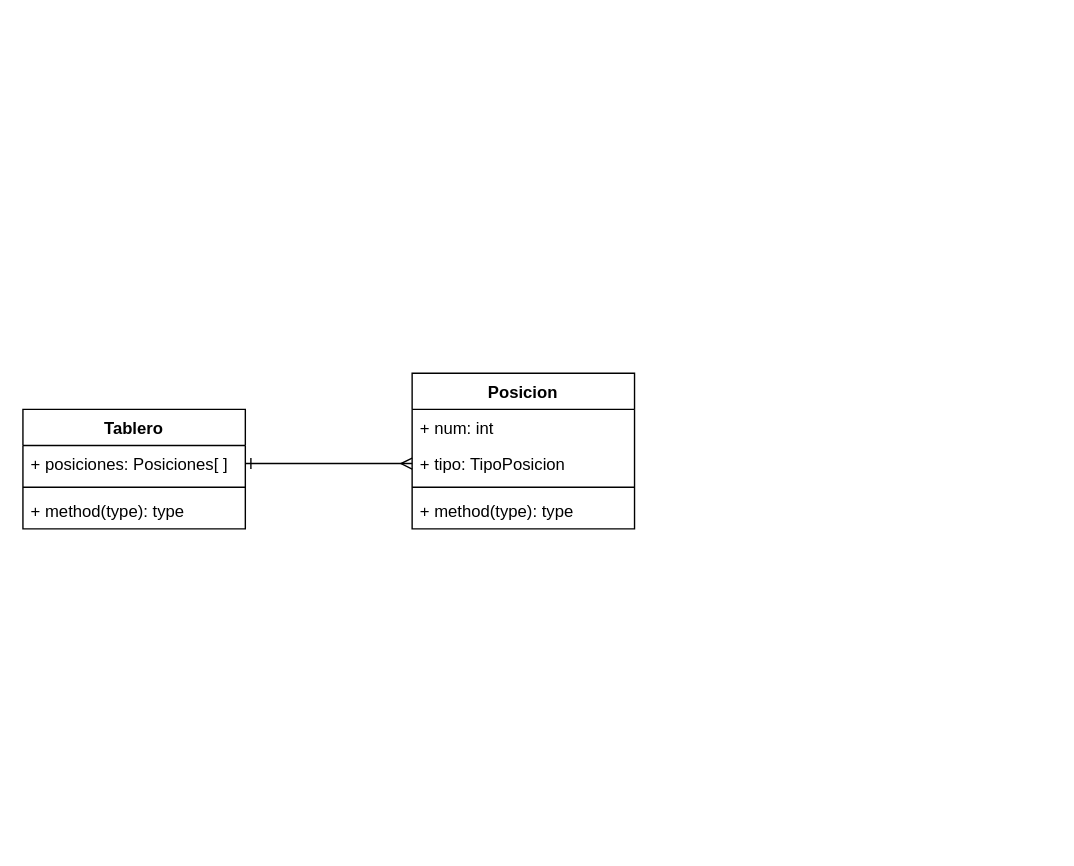
The draw.io diagram ClasesMarioParty.drawio in cancellarapaula/MarioParty, before the edit. Source tidied: cells renumbered, new cells numbered last; positions are measured from the earlier drawing's top-left corner, leaving out a move shared by most shapes. Both pictures are drawn from the tidied source at 139%, with x=0, y=0 at pixel (22, 373).
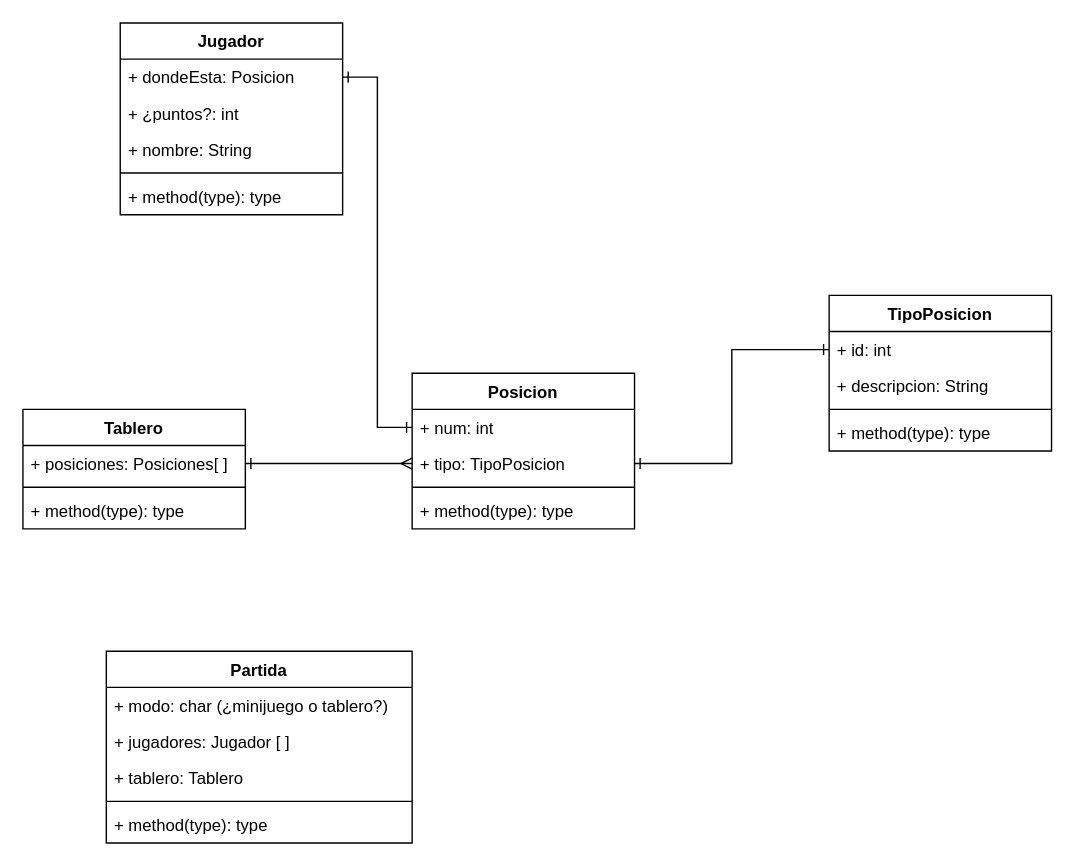
After the change.

Commit message:
Añadidas clase Jugador y Partida

The change refers to these unchanged cells:
```xml
<mxCell id="3" value="+ posiciones: Posiciones[ ]" style="text;strokeColor=none;fillColor=none;align=left;verticalAlign=top;spacingLeft=4;spacingRight=4;overflow=hidden;points=[[0,0.5],[1,0.5]];portConstraint=eastwest;" parent="2" vertex="1">
  <mxGeometry y="26" width="160" height="26" as="geometry" />
</mxCell>
<mxCell id="7" value="+ num: int" style="text;strokeColor=none;fillColor=none;align=left;verticalAlign=top;spacingLeft=4;spacingRight=4;overflow=hidden;points=[[0,0.5],[1,0.5]];portConstraint=eastwest;" parent="6" vertex="1">
  <mxGeometry y="26" width="160" height="26" as="geometry" />
</mxCell>
<mxCell id="8" value="+ tipo: TipoPosicion" style="text;strokeColor=none;fillColor=none;align=left;verticalAlign=top;spacingLeft=4;spacingRight=4;overflow=hidden;points=[[0,0.5],[1,0.5]];portConstraint=eastwest;" parent="6" vertex="1">
  <mxGeometry y="52" width="160" height="26" as="geometry" />
</mxCell>
```

Change to the diagram source:
```diff
@@
+    <mxCell id="12" style="edgeStyle=orthogonalEdgeStyle;rounded=0;jettySize=auto;html=1;exitX=1;exitY=0.5;exitDx=0;exitDy=0;entryX=0;entryY=0.5;entryDx=0;entryDy=0;endArrow=ERone;endFill=0;startArrow=ERone;startFill=0;" parent="1" edge="1" source="8" target="14">
+      <mxGeometry relative="1" as="geometry" />
+    </mxCell>
@@
-    <mxCell id="11" style="edgeStyle=orthogonalEdgeStyle;rounded=0;jettySize=auto;html=1;exitX=1;exitY=0.5;exitDx=0;exitDy=0;entryX=0;entryY=0.5;entryDx=0;entryDy=0;endArrow=ERmany;endFill=0;startArrow=ERone;startFill=0;" parent="1" edge="1" source="3" target="8">
-      <mxGeometry relative="1" as="geometry" />
+    <mxCell id="11" style="edgeStyle=orthogonalEdgeStyle;rounded=0;jettySize=auto;html=1;exitX=1;exitY=0.5;exitDx=0;exitDy=0;endArrow=ERmany;endFill=0;startArrow=ERone;startFill=0;" parent="1" edge="1" source="3">
+      <mxGeometry relative="1" as="geometry">
+        <mxPoint x="280" y="65" as="targetPoint" />
+      </mxGeometry>
     </mxCell>
+    <mxCell id="13" value="TipoPosicion" style="swimlane;fontStyle=1;align=center;verticalAlign=top;horizontal=1;startSize=26;" parent="1" vertex="1">
+      <mxGeometry x="580" y="-56" width="160" height="112" as="geometry" />
+    </mxCell>
+    <mxCell id="14" value="+ id: int" style="text;strokeColor=none;fillColor=none;align=left;verticalAlign=top;spacingLeft=4;spacingRight=4;overflow=hidden;points=[[0,0.5],[1,0.5]];portConstraint=eastwest;" parent="13" vertex="1">
+      <mxGeometry y="26" width="160" height="26" as="geometry" />
+    </mxCell>
+    <mxCell id="15" value="+ descripcion: String" style="text;strokeColor=none;fillColor=none;align=left;verticalAlign=top;spacingLeft=4;spacingRight=4;overflow=hidden;" parent="13" vertex="1">
+      <mxGeometry y="52" width="160" height="26" as="geometry" />
+    </mxCell>
+    <mxCell id="16" style="line;strokeWidth=1;fillColor=none;align=left;verticalAlign=middle;spacingTop=-1;spacingLeft=3;spacingRight=3;labelPosition=right;" parent="13" vertex="1">
+      <mxGeometry y="78" width="160" height="8" as="geometry" />
+    </mxCell>
+    <mxCell id="17" value="+ method(type): type" style="text;strokeColor=none;fillColor=none;align=left;verticalAlign=top;spacingLeft=4;spacingRight=4;overflow=hidden;" parent="13" vertex="1">
+      <mxGeometry y="86" width="160" height="26" as="geometry" />
+    </mxCell>
+    <mxCell id="18" value="Jugador" style="swimlane;fontStyle=1;align=center;verticalAlign=top;horizontal=1;startSize=26;" parent="1" vertex="1">
+      <mxGeometry x="70" y="-252" width="160" height="138" as="geometry" />
+    </mxCell>
+    <mxCell id="19" value="+ dondeEsta: Posicion" style="text;strokeColor=none;fillColor=none;align=left;verticalAlign=top;spacingLeft=4;spacingRight=4;overflow=hidden;points=[[0,0.5],[1,0.5]];portConstraint=eastwest;" parent="18" vertex="1">
+      <mxGeometry y="26" width="160" height="26" as="geometry" />
+    </mxCell>
+    <mxCell id="20" value="+ ¿puntos?: int" style="text;strokeColor=none;fillColor=none;align=left;verticalAlign=top;spacingLeft=4;spacingRight=4;overflow=hidden;" parent="18" vertex="1">
+      <mxGeometry y="52" width="160" height="26" as="geometry" />
+    </mxCell>
+    <mxCell id="21" value="+ nombre: String" style="text;strokeColor=none;fillColor=none;align=left;verticalAlign=top;spacingLeft=4;spacingRight=4;overflow=hidden;" parent="18" vertex="1">
+      <mxGeometry y="78" width="160" height="26" as="geometry" />
+    </mxCell>
+    <mxCell id="22" style="line;strokeWidth=1;fillColor=none;align=left;verticalAlign=middle;spacingTop=-1;spacingLeft=3;spacingRight=3;labelPosition=right;" parent="18" vertex="1">
+      <mxGeometry y="104" width="160" height="8" as="geometry" />
+    </mxCell>
+    <mxCell id="23" value="+ method(type): type" style="text;strokeColor=none;fillColor=none;align=left;verticalAlign=top;spacingLeft=4;spacingRight=4;overflow=hidden;" parent="18" vertex="1">
+      <mxGeometry y="112" width="160" height="26" as="geometry" />
+    </mxCell>
+    <mxCell id="24" style="edgeStyle=orthogonalEdgeStyle;rounded=0;jettySize=auto;html=1;exitX=1;exitY=0.5;exitDx=0;exitDy=0;entryX=0;entryY=0.5;entryDx=0;entryDy=0;startArrow=ERone;startFill=0;endArrow=ERone;endFill=0;" parent="1" edge="1" source="19" target="7">
+      <mxGeometry relative="1" as="geometry" />
+    </mxCell>
+    <mxCell id="25" value="Partida" style="swimlane;fontStyle=1;align=center;verticalAlign=top;horizontal=1;startSize=26;" parent="1" vertex="1">
+      <mxGeometry x="60" y="200" width="220" height="138" as="geometry" />
+    </mxCell>
+    <mxCell id="26" value="+ modo: char (¿minijuego o tablero?)" style="text;strokeColor=none;fillColor=none;align=left;verticalAlign=top;spacingLeft=4;spacingRight=4;overflow=hidden;" parent="25" vertex="1">
+      <mxGeometry y="26" width="220" height="26" as="geometry" />
+    </mxCell>
+    <mxCell id="27" value="+ jugadores: Jugador [ ]" style="text;strokeColor=none;fillColor=none;align=left;verticalAlign=top;spacingLeft=4;spacingRight=4;overflow=hidden;" parent="25" vertex="1">
+      <mxGeometry y="52" width="220" height="26" as="geometry" />
+    </mxCell>
+    <mxCell id="28" value="+ tablero: Tablero" style="text;strokeColor=none;fillColor=none;align=left;verticalAlign=top;spacingLeft=4;spacingRight=4;overflow=hidden;" parent="25" vertex="1">
+      <mxGeometry y="78" width="220" height="26" as="geometry" />
+    </mxCell>
+    <mxCell id="29" style="line;strokeWidth=1;fillColor=none;align=left;verticalAlign=middle;spacingTop=-1;spacingLeft=3;spacingRight=3;labelPosition=right;" parent="25" vertex="1">
+      <mxGeometry y="104" width="220" height="8" as="geometry" />
+    </mxCell>
+    <mxCell id="30" value="+ method(type): type" style="text;strokeColor=none;fillColor=none;align=left;verticalAlign=top;spacingLeft=4;spacingRight=4;overflow=hidden;" parent="25" vertex="1">
+      <mxGeometry y="112" width="220" height="26" as="geometry" />
+    </mxCell>
```
